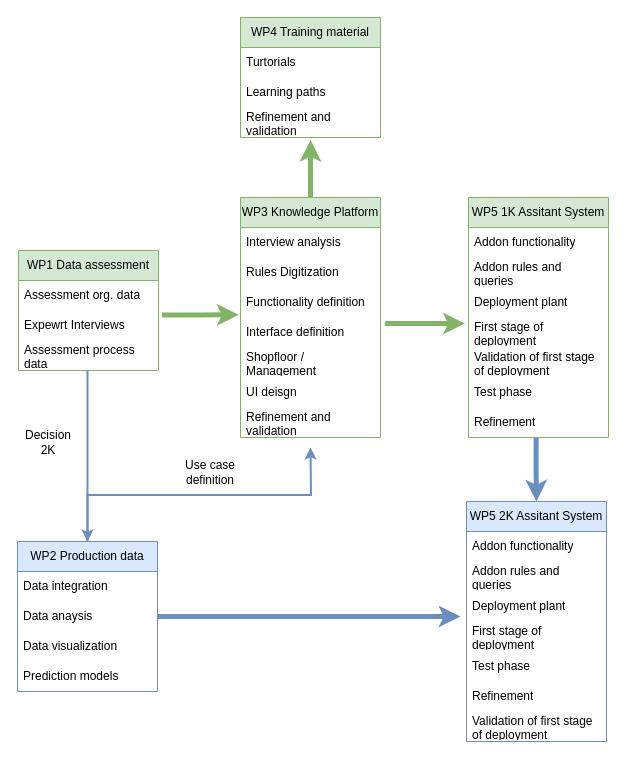
Above: pertRico.drawio in kay-squared/PyTorchLearn (draw.io), before the change. Source tidied: cells renumbered, new cells numbered last; positions are measured from the earlier drawing's top-left corner, leaving out a move shared by most shapes. Both pictures are drawn from the tidied source at 100%, with x=0, y=0 at pixel (17, 17).
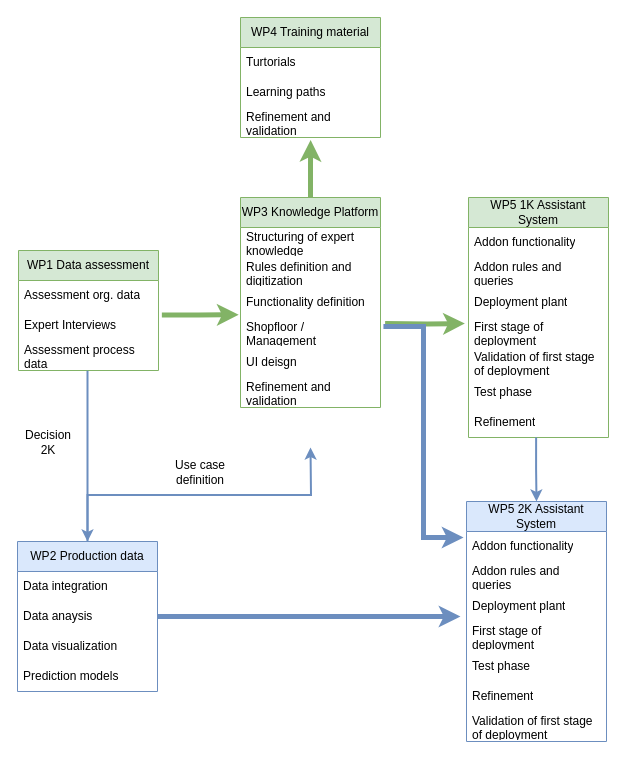
Above is the later version.

The change refers to these unchanged cells:
```xml
<mxCell id="2" value="WP1 Data assessment" style="swimlane;fontStyle=0;horizontal=1;startSize=30;whiteSpace=wrap;html=1;fillColor=#d5e8d4;strokeColor=#82b366;" parent="1" vertex="1">
  <mxGeometry x="1" y="233" width="140" height="120" as="geometry" />
</mxCell>
<mxCell id="27" value="First stage of deployment" style="text;strokeColor=none;fillColor=none;align=left;verticalAlign=middle;spacingLeft=4;spacingRight=4;overflow=hidden;points=[[0,0.5],[1,0.5]];portConstraint=eastwest;whiteSpace=wrap;html=1;" parent="23" vertex="1">
  <mxGeometry y="120" width="140" height="30" as="geometry" />
</mxCell>
<mxCell id="30" value="Refinement" style="text;strokeColor=none;fillColor=none;align=left;verticalAlign=middle;spacingLeft=4;spacingRight=4;overflow=hidden;points=[[0,0.5],[1,0.5]];portConstraint=eastwest;whiteSpace=wrap;html=1;" parent="23" vertex="1">
  <mxGeometry y="210" width="140" height="30" as="geometry" />
</mxCell>
<mxCell id="34" value="Addon functionality" style="text;strokeColor=none;fillColor=none;align=left;verticalAlign=middle;spacingLeft=4;spacingRight=4;overflow=hidden;points=[[0,0.5],[1,0.5]];portConstraint=eastwest;whiteSpace=wrap;html=1;" parent="33" vertex="1">
  <mxGeometry y="30" width="140" height="30" as="geometry" />
</mxCell>
```

The edit, as a diff of the source:
```diff
@@
-    <mxCell id="4" value="Expewrt Interviews" style="text;strokeColor=none;fillColor=none;align=left;verticalAlign=middle;spacingLeft=4;spacingRight=4;overflow=hidden;points=[[0,0.5],[1,0.5]];portConstraint=eastwest;whiteSpace=wrap;html=1;" parent="2" vertex="1">
+    <mxCell id="4" value="Expert Interviews" style="text;strokeColor=none;fillColor=none;align=left;verticalAlign=middle;spacingLeft=4;spacingRight=4;overflow=hidden;points=[[0,0.5],[1,0.5]];portConstraint=eastwest;whiteSpace=wrap;html=1;" parent="2" vertex="1">
       <mxGeometry y="60" width="140" height="30" as="geometry" />
     </mxCell>
@@
     <mxCell id="15" value="WP3 Knowledge Platform" style="swimlane;fontStyle=0;horizontal=1;startSize=30;whiteSpace=wrap;html=1;fillColor=#d5e8d4;strokeColor=#82b366;" parent="1" vertex="1">
-      <mxGeometry x="223" y="180" width="140" height="240" as="geometry" />
+      <mxGeometry x="223" y="180" width="140" height="210" as="geometry" />
     </mxCell>
-    <mxCell id="16" value="Interview analysis" style="text;strokeColor=none;fillColor=none;align=left;verticalAlign=middle;spacingLeft=4;spacingRight=4;overflow=hidden;whiteSpace=wrap;html=1;" parent="15" vertex="1">
+    <mxCell id="16" value="Structuring of expert knowledge" style="text;strokeColor=none;fillColor=none;align=left;verticalAlign=middle;spacingLeft=4;spacingRight=4;overflow=hidden;whiteSpace=wrap;html=1;" parent="15" vertex="1">
       <mxGeometry y="30" width="140" height="30" as="geometry" />
     </mxCell>
-    <mxCell id="17" value="Rules Digitization" style="text;strokeColor=none;fillColor=none;align=left;verticalAlign=middle;spacingLeft=4;spacingRight=4;overflow=hidden;whiteSpace=wrap;html=1;" parent="15" vertex="1">
+    <mxCell id="17" value="Rules definition and digitization" style="text;strokeColor=none;fillColor=none;align=left;verticalAlign=middle;spacingLeft=4;spacingRight=4;overflow=hidden;whiteSpace=wrap;html=1;" parent="15" vertex="1">
       <mxGeometry y="60" width="140" height="30" as="geometry" />
     </mxCell>
@@
-    <mxCell id="19" value="Interface definition" style="text;strokeColor=none;fillColor=none;align=left;verticalAlign=middle;spacingLeft=4;spacingRight=4;overflow=hidden;points=[[0,0.5],[1,0.5]];portConstraint=eastwest;whiteSpace=wrap;html=1;" parent="15" vertex="1">
-      <mxGeometry y="120" width="140" height="30" as="geometry" />
-    </mxCell>
     <mxCell id="20" value="Shopfloor / Management" style="text;strokeColor=none;fillColor=none;align=left;verticalAlign=middle;spacingLeft=4;spacingRight=4;overflow=hidden;points=[[0,0.5],[1,0.5]];portConstraint=eastwest;whiteSpace=wrap;html=1;" parent="15" vertex="1">
-      <mxGeometry y="150" width="140" height="30" as="geometry" />
+      <mxGeometry y="120" width="140" height="30" as="geometry" />
     </mxCell>
     <mxCell id="21" value="UI deisgn" style="text;strokeColor=none;fillColor=none;align=left;verticalAlign=middle;spacingLeft=4;spacingRight=4;overflow=hidden;whiteSpace=wrap;html=1;" parent="15" vertex="1">
-      <mxGeometry y="180" width="140" height="30" as="geometry" />
+      <mxGeometry y="150" width="140" height="30" as="geometry" />
     </mxCell>
     <mxCell id="22" value="Refinement and validation" style="text;strokeColor=none;fillColor=none;align=left;verticalAlign=middle;spacingLeft=4;spacingRight=4;overflow=hidden;whiteSpace=wrap;html=1;" parent="15" vertex="1">
-      <mxGeometry y="210" width="140" height="30" as="geometry" />
+      <mxGeometry y="180" width="140" height="30" as="geometry" />
     </mxCell>
-    <mxCell id="23" value="WP5 1K Assitant System" style="swimlane;fontStyle=0;horizontal=1;startSize=30;whiteSpace=wrap;html=1;fillColor=#d5e8d4;strokeColor=#82b366;" parent="1" vertex="1">
+    <mxCell id="23" value="WP5 1K Assistant System" style="swimlane;fontStyle=0;horizontal=1;startSize=30;whiteSpace=wrap;html=1;fillColor=#d5e8d4;strokeColor=#82b366;" parent="1" vertex="1">
       <mxGeometry x="451" y="180" width="140" height="240" as="geometry" />
     </mxCell>
@@
-    <mxCell id="31" style="edgeStyle=orthogonalEdgeStyle;rounded=0;jettySize=auto;html=1;fillColor=#d5e8d4;strokeColor=#82b366;strokeWidth=5;entryX=-0.026;entryY=0.2;entryDx=0;entryDy=0;entryPerimeter=0;exitX=1.033;exitY=0.2;exitDx=0;exitDy=0;exitPerimeter=0;" parent="1" edge="1" source="19" target="27">
-      <mxGeometry relative="1" as="geometry" />
+    <mxCell id="31" style="edgeStyle=orthogonalEdgeStyle;rounded=0;jettySize=auto;html=1;fillColor=#d5e8d4;strokeColor=#82b366;strokeWidth=5;entryX=-0.026;entryY=0.2;entryDx=0;entryDy=0;entryPerimeter=0;exitX=1.033;exitY=0.2;exitDx=0;exitDy=0;exitPerimeter=0;" parent="1" edge="1" target="27">
+      <mxGeometry relative="1" as="geometry">
+        <mxPoint x="367.6" y="306" as="sourcePoint" />
+      </mxGeometry>
     </mxCell>
-    <mxCell id="32" style="edgeStyle=orthogonalEdgeStyle;rounded=0;jettySize=auto;html=1;fillColor=#d5e8d4;strokeColor=#82b366;strokeWidth=5;entryX=-0.013;entryY=-0.093;entryDx=0;entryDy=0;entryPerimeter=0;exitX=1.024;exitY=0.147;exitDx=0;exitDy=0;exitPerimeter=0;" parent="1" edge="1" source="4" target="19">
-      <mxGeometry relative="1" as="geometry" />
+    <mxCell id="32" style="edgeStyle=orthogonalEdgeStyle;rounded=0;jettySize=auto;html=1;fillColor=#d5e8d4;strokeColor=#82b366;strokeWidth=5;entryX=-0.013;entryY=-0.093;entryDx=0;entryDy=0;entryPerimeter=0;exitX=1.024;exitY=0.147;exitDx=0;exitDy=0;exitPerimeter=0;" parent="1" edge="1" source="4">
+      <mxGeometry relative="1" as="geometry">
+        <mxPoint x="221.2" y="297.2" as="targetPoint" />
+      </mxGeometry>
     </mxCell>
-    <mxCell id="33" value="WP5 2K Assitant System" style="swimlane;fontStyle=0;horizontal=1;startSize=30;whiteSpace=wrap;html=1;fillColor=#dae8fc;strokeColor=#6c8ebf;" parent="1" vertex="1">
+    <mxCell id="33" value="WP5 2K Assistant System" style="swimlane;fontStyle=0;horizontal=1;startSize=30;whiteSpace=wrap;html=1;fillColor=#dae8fc;strokeColor=#6c8ebf;" parent="1" vertex="1">
       <mxGeometry x="449" y="484" width="140" height="240" as="geometry" />
     </mxCell>
@@
-    <mxCell id="42" style="edgeStyle=orthogonalEdgeStyle;rounded=0;jettySize=auto;html=1;fillColor=#dae8fc;strokeColor=#6c8ebf;strokeWidth=5;entryX=0.5;entryY=0;entryDx=0;entryDy=0;exitX=0.483;exitY=1;exitDx=0;exitDy=0;exitPerimeter=0;" parent="1" edge="1" source="30" target="33">
+    <mxCell id="42" style="edgeStyle=orthogonalEdgeStyle;rounded=0;jettySize=auto;html=1;fillColor=#dae8fc;strokeColor=#6c8ebf;strokeWidth=2;entryX=0.5;entryY=0;entryDx=0;entryDy=0;exitX=0.483;exitY=1;exitDx=0;exitDy=0;exitPerimeter=0;" parent="1" edge="1" source="30" target="33">
       <mxGeometry relative="1" as="geometry" />
     </mxCell>
@@
     <mxCell id="45" value="Use case definition" style="text;html=1;strokeColor=none;fillColor=none;align=center;verticalAlign=middle;whiteSpace=wrap;rounded=0;" parent="1" vertex="1">
-      <mxGeometry x="163" y="440" width="60" height="30" as="geometry" />
+      <mxGeometry x="153" y="440" width="60" height="30" as="geometry" />
     </mxCell>
@@
+    <mxCell id="48" style="edgeStyle=orthogonalEdgeStyle;rounded=0;jettySize=auto;html=1;fillColor=#dae8fc;strokeColor=#6c8ebf;strokeWidth=5;exitX=1.021;exitY=0.3;exitDx=0;exitDy=0;entryX=-0.021;entryY=0.2;entryDx=0;entryDy=0;entryPerimeter=0;exitPerimeter=0;" parent="1" edge="1" source="20" target="34">
+      <mxGeometry relative="1" as="geometry" />
+    </mxCell>
```
